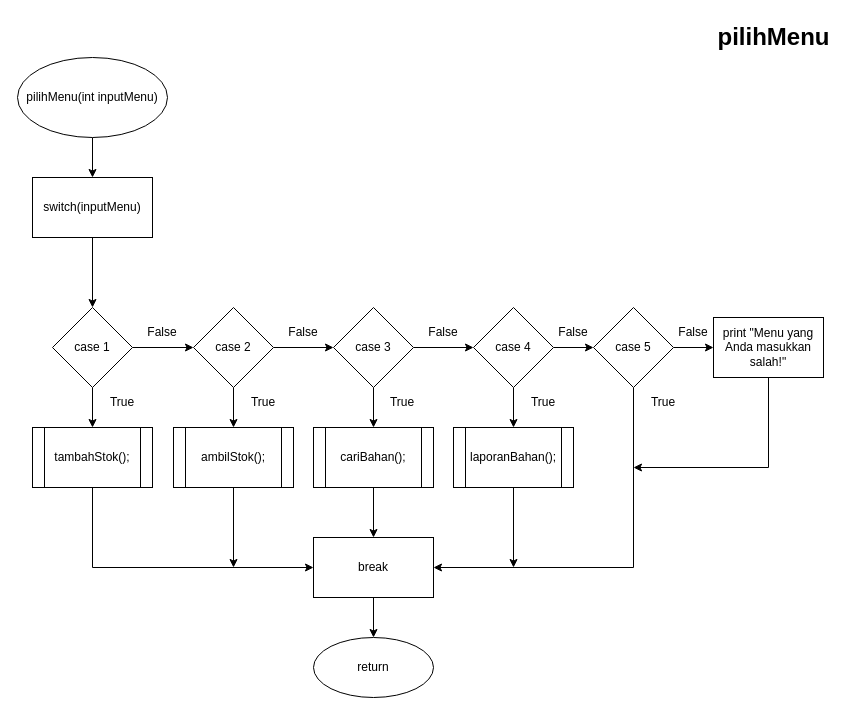
The draw.io diagram page "pilihMenu" (5 of 9) of Tugas Akhir/Flowchart.drawio in nhaidaar/daspro, before the edit. Source tidied: cells renumbered, new cells numbered last; positions are measured from the earlier drawing's top-left corner, leaving out a move shared by most shapes. Both pictures are drawn from the tidied source at 100%, with x=0, y=0 at pixel (17, 17).
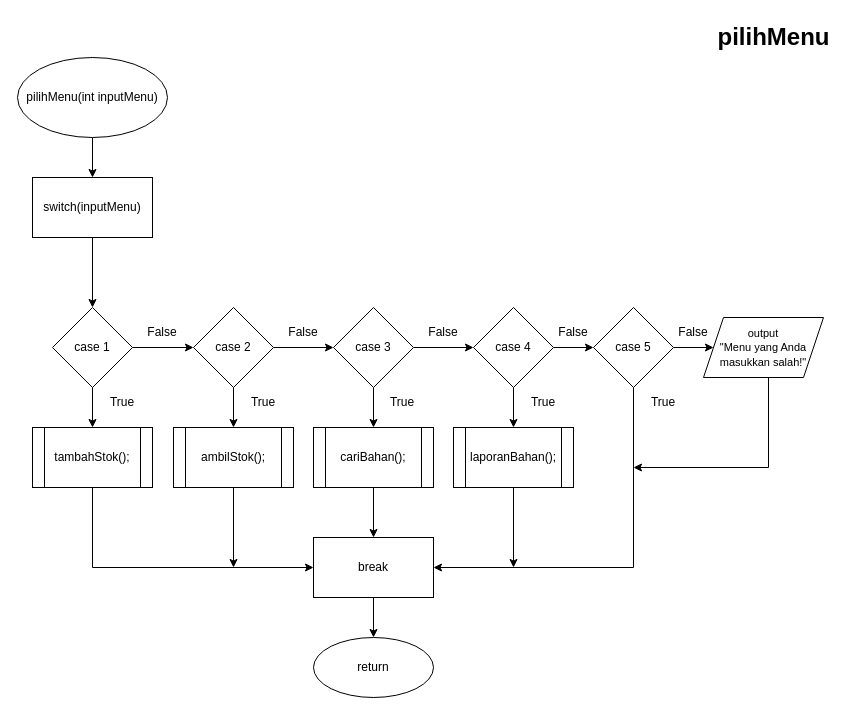
After the change.

Unchanged cells that the change refers to:
```xml
<mxCell id="20" value="case 5" style="rhombus;whiteSpace=wrap;html=1;" parent="1" vertex="1">
  <mxGeometry x="576" y="290" width="80" height="80" as="geometry" />
</mxCell>
```

Change to the diagram source:
```diff
@@
-    <mxCell id="18" style="edgeStyle=orthogonalEdgeStyle;rounded=0;jettySize=auto;html=1;" parent="1" edge="1" source="20" target="22">
+    <mxCell id="18" style="edgeStyle=orthogonalEdgeStyle;rounded=0;jettySize=auto;html=1;entryX=0;entryY=0.5;entryDx=0;entryDy=0;" parent="1" edge="1" source="20" target="45">
       <mxGeometry relative="1" as="geometry" />
     </mxCell>
@@
-    <mxCell id="21" style="edgeStyle=orthogonalEdgeStyle;rounded=0;jettySize=auto;html=1;exitX=0.5;exitY=1;exitDx=0;exitDy=0;" parent="1" edge="1" source="22">
+    <mxCell id="21" style="edgeStyle=orthogonalEdgeStyle;rounded=0;jettySize=auto;html=1;exitX=0.5;exitY=1;exitDx=0;exitDy=0;" parent="1" edge="1" source="45">
       <mxGeometry relative="1" as="geometry">
         <mxPoint x="616" y="450" as="targetPoint" />
         <Array as="points">
+          <mxPoint x="751" y="360" />
           <mxPoint x="751" y="450" />
         </Array>
       </mxGeometry>
     </mxCell>
-    <mxCell id="22" value="print &quot;Menu yang Anda masukkan salah!&quot;" style="whiteSpace=wrap;html=1;" parent="1" vertex="1">
-      <mxGeometry x="696" y="300" width="110" height="60" as="geometry" />
-    </mxCell>
@@
+    <mxCell id="45" value="&lt;font style=&quot;font-size: 11px;&quot;&gt;output&lt;br&gt;&quot;Menu yang Anda masukkan salah!&quot;&lt;/font&gt;" style="shape=parallelogram;perimeter=parallelogramPerimeter;whiteSpace=wrap;html=1;fixedSize=1;" parent="1" vertex="1">
+      <mxGeometry x="686" y="300" width="120" height="60" as="geometry" />
+    </mxCell>
```
